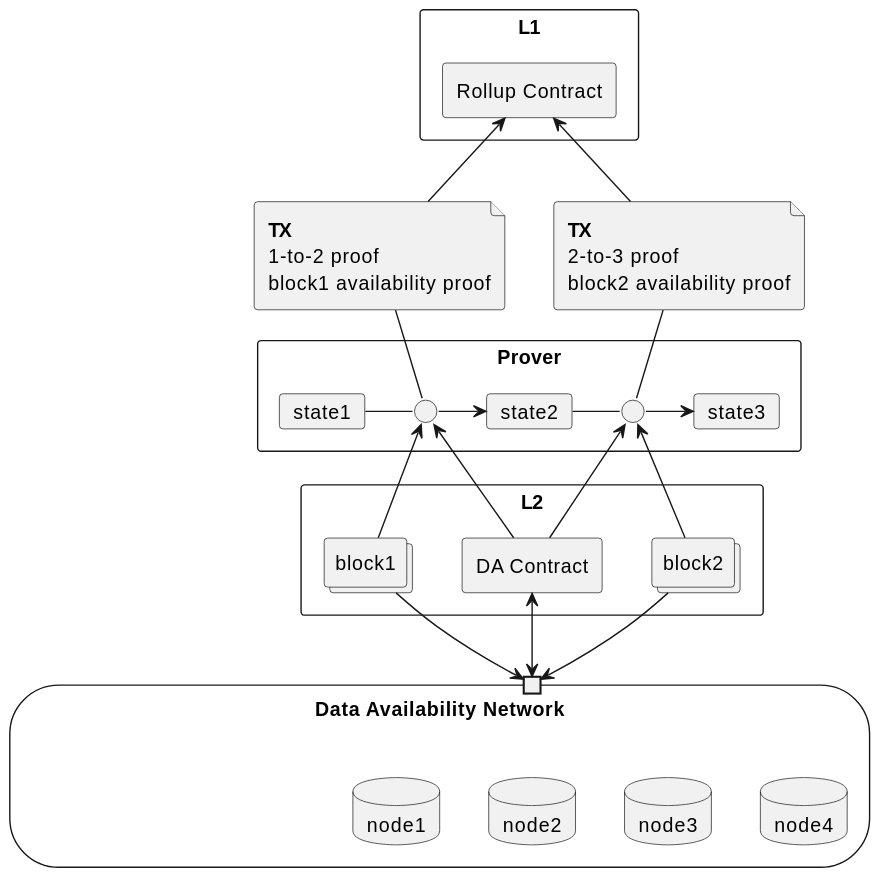
The PlantUML diagram assets/rollup-zkda.svg in zeropoolnetwork/sharded-storage-docs, before a commit. Its diagram source:
```plantuml
@startuml




rectangle L1 {
    rectangle "Rollup Contract" as rollup_contract

}


rectangle Prover {

    card state1
    interface " " as i1
    card state2
    interface " " as i2
    card state3



}

rectangle L2 {
    collections block1
    collections block2
    rectangle "DA Contract" as DAContract
}

storage "Data Availability Network" as DA {
    port " " as DAp
    database node1
    database node2
    database node3
    database node4
}



file "<b>TX</b>\n1-to-2 proof \nblock1 availability proof" as proof1
file "<b>TX</b>\n2-to-3 proof \nblock2 availability proof" as proof2

proof1 -r[hidden]->proof2

state1 -right- i1
i1 -right-> state2
state2 -right- i2
i2 -right-> state3



i1 -up- proof1
i2 -up- proof2


proof1 -up-> rollup_contract
proof2 -up-> rollup_contract


DAContract -up-> i1
DAContract -up-> i2

block1 -right[hidden]-> DAContract
DAContract -right[hidden]-> block2


block1 -up-> i1
block2 -up-> i2


node1 -right[hidden]- node2
node2 -right[hidden]- node3
node3 -right[hidden]- node4

node1 -up[hidden]- DAp
node2 -up[hidden]- DAp
node3 -up[hidden]- DAp
node4 -up[hidden]- DAp



block1 --> DAp
DAContract <-> DAp
block2 --> DAp
@enduml
```
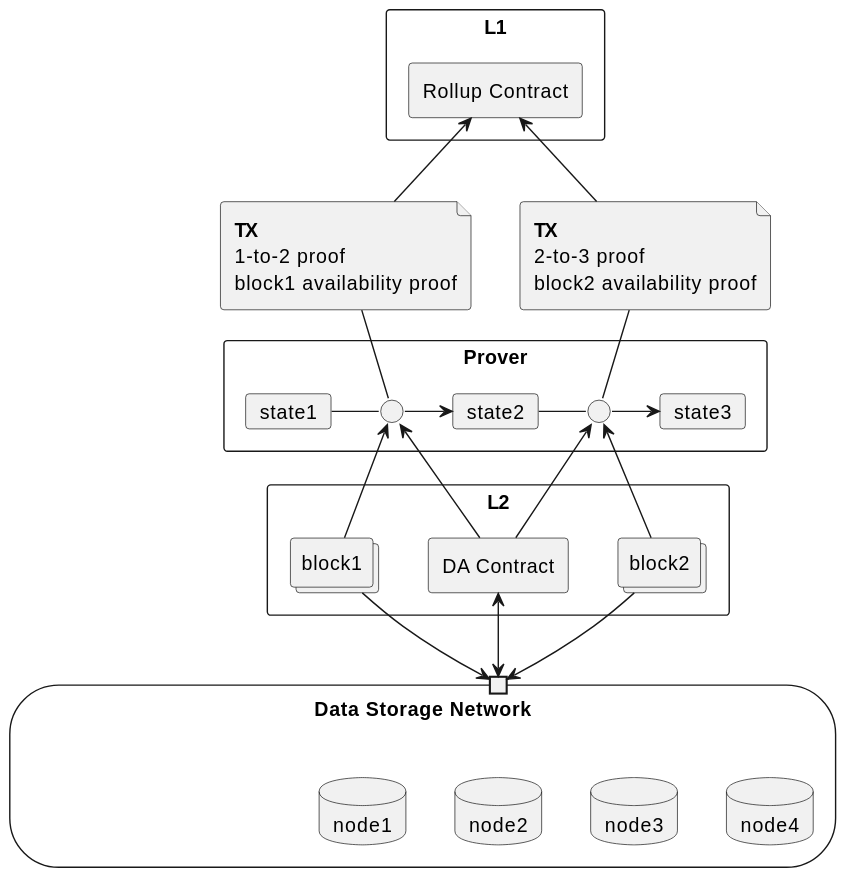
Later version of the same file.

Change to the diagram source:
```diff
@@ -27,7 +27,7 @@
     rectangle "DA Contract" as DAContract
 }
 
-storage "Data Availability Network" as DA {
+storage "Data Storage Network" as DA {
     port " " as DAp
     database node1
     database node2
```
